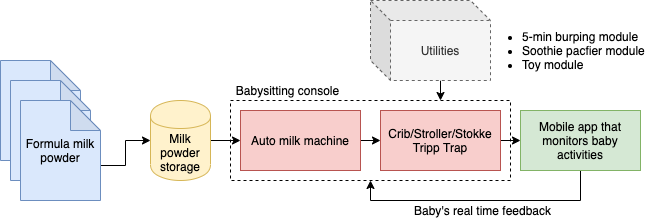
This is images/babysitting_pipeline.png from yueguoguo/yueguoguo.github.io, a draw.io export, as it was before one commit. Source tidied: cells renumbered, new cells last; positions are measured from the earlier drawing's top-left corner, leaving out a move shared by most shapes.
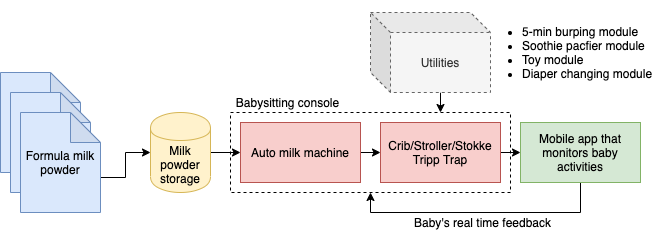
The same file after the commit.

Change to the diagram source:
```diff
@@ -58,8 +58,8 @@
     <mxCell id="18" value="Utilities" style="shape=cube;whiteSpace=wrap;html=1;boundedLbl=1;backgroundOutline=1;darkOpacity=0.05;darkOpacity2=0.1;dashed=1;fillColor=#f5f5f5;strokeColor=#666666;fontColor=#333333;" parent="1" vertex="1">
       <mxGeometry x="370" width="120" height="80" as="geometry" />
     </mxCell>
-    <mxCell id="19" value="&lt;ul&gt;&lt;li&gt;5-min burping module&lt;/li&gt;&lt;li&gt;Soothie pacfier module&lt;/li&gt;&lt;li&gt;Toy module&lt;/li&gt;&lt;/ul&gt;" style="text;html=1;strokeColor=none;fillColor=none;align=left;verticalAlign=middle;whiteSpace=wrap;rounded=0;" parent="1" vertex="1">
-      <mxGeometry x="480" y="20" width="185" height="60" as="geometry" />
+    <mxCell id="19" value="&lt;ul&gt;&lt;li&gt;5-min burping module&lt;/li&gt;&lt;li&gt;Soothie pacfier module&lt;/li&gt;&lt;li&gt;Toy module&lt;/li&gt;&lt;li&gt;Diaper changing module&amp;nbsp;&lt;/li&gt;&lt;/ul&gt;" style="text;html=1;strokeColor=none;fillColor=none;align=left;verticalAlign=middle;whiteSpace=wrap;rounded=0;" parent="1" vertex="1">
+      <mxGeometry x="480" y="10" width="185" height="60" as="geometry" />
     </mxCell>
   </root>
 </mxGraphModel>
```
